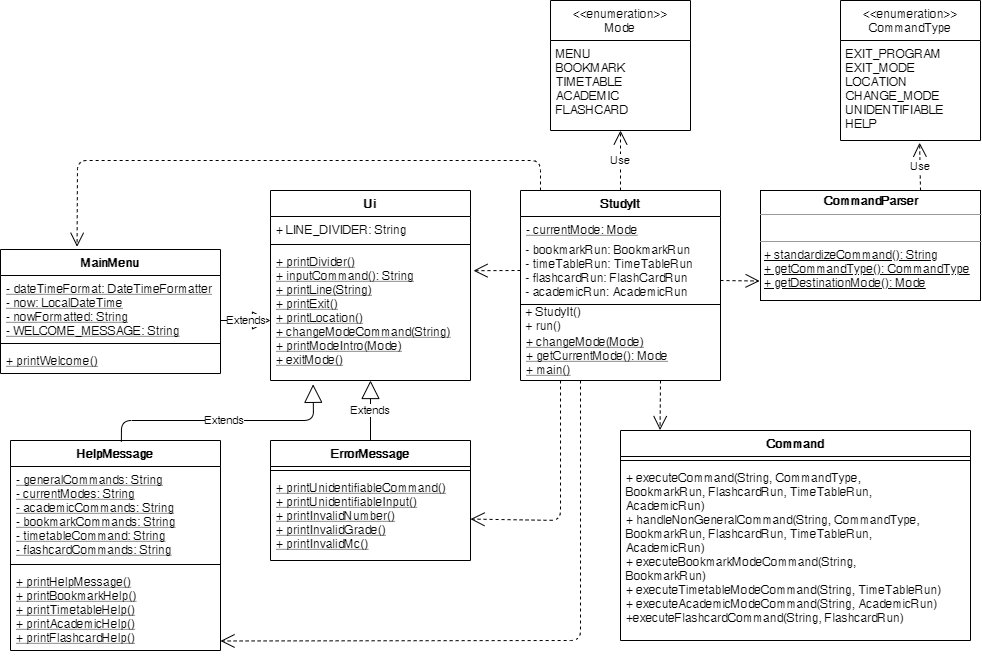
The draw.io diagram docs/Images/MainComponentDiagrams/maincomponent.png in nus-cs2113-AY2021S1/tp, before a commit. Source tidied: cells renumbered, new cells last; positions are measured from the earlier drawing's top-left corner, leaving out a move shared by most shapes.
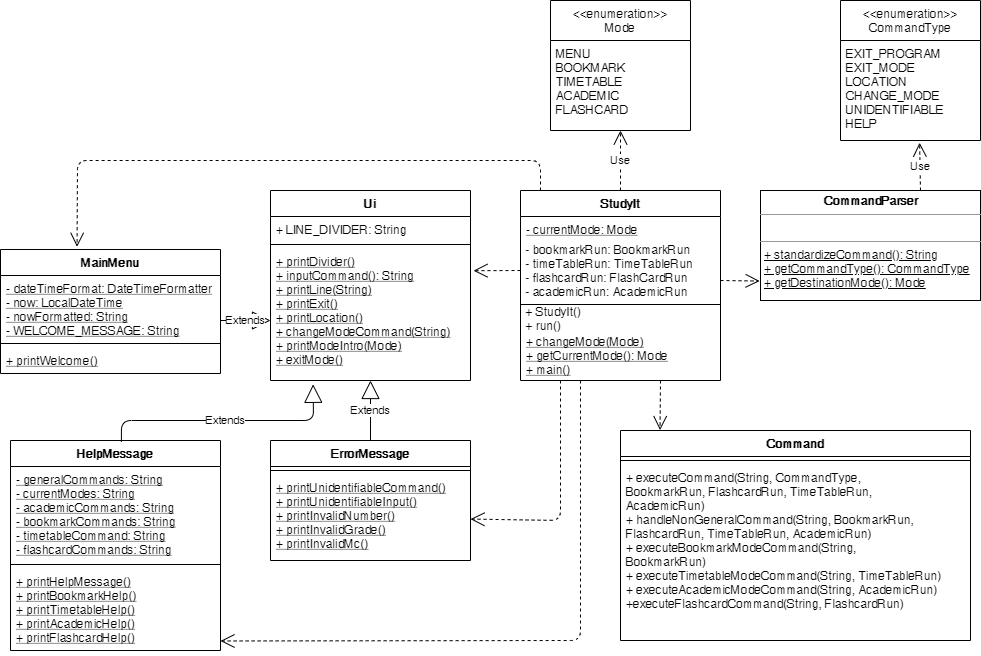
The same file after the commit.

Change to the diagram source:
```diff
@@ -127,7 +127,7 @@
     <mxCell id="36" style="line;strokeWidth=1;fillColor=none;align=left;verticalAlign=middle;spacingTop=-1;spacingLeft=3;spacingRight=3;labelPosition=right;" parent="35" vertex="1">
       <mxGeometry y="26" width="350" height="8" as="geometry" />
     </mxCell>
-    <mxCell id="37" value="+ executeCommand(String, CommandType, &#10;BookmarkRun, FlashcardRun, TimeTableRun,&#10;AcademicRun)&#10;+ handleNonGeneralCommand(String, CommandType, &#10;BookmarkRun, FlashcardRun, TimeTableRun,&#10;AcademicRun)&#10;+ executeBookmarkModeCommand(String, &#10;BookmarkRun)&#10;+ executeTimetableModeCommand(String, TimeTableRun)&#10;+ executeAcademicModeCommand(String, AcademicRun)&#10;+executeFlashcardCommand(String, FlashcardRun)" style="text;strokeColor=none;fillColor=none;align=left;verticalAlign=top;spacingLeft=4;spacingRight=4;overflow=hidden;" parent="35" vertex="1">
+    <mxCell id="37" value="+ executeCommand(String, CommandType, &#10;BookmarkRun, FlashcardRun, TimeTableRun,&#10;AcademicRun)&#10;+ handleNonGeneralCommand(String, BookmarkRun, &#10;FlashcardRun, TimeTableRun, AcademicRun)&#10;+ executeBookmarkModeCommand(String, &#10;BookmarkRun)&#10;+ executeTimetableModeCommand(String, TimeTableRun)&#10;+ executeAcademicModeCommand(String, AcademicRun)&#10;+executeFlashcardCommand(String, FlashcardRun)" style="text;strokeColor=none;fillColor=none;align=left;verticalAlign=top;spacingLeft=4;spacingRight=4;overflow=hidden;" parent="35" vertex="1">
       <mxGeometry y="34" width="350" height="176" as="geometry" />
     </mxCell>
     <mxCell id="38" style="endArrow=open;endFill=1;endSize=12;html=1;exitX=0;exitY=0.5;exitDx=0;exitDy=0;entryX=1.015;entryY=0.168;entryDx=0;entryDy=0;entryPerimeter=0;dashed=1;" parent="1" edge="1" source="21" target="16">
```
